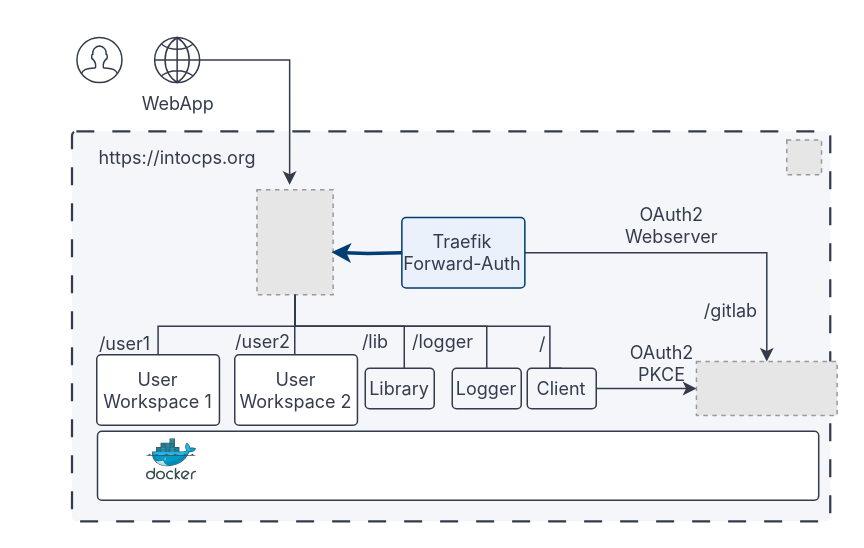
Earlier version of the draw.io diagram page "admin/dtaas/secure-server-gitlab/server.png" (14 of 36) of docs/assets/diagrams/dtaas-diagrams.drawio (INTO-CPS-Association/DTaaS). Source tidied: cells renumbered, new cells numbered last; positions are measured from the earlier drawing's top-left corner, leaving out a move shared by most shapes. Both pictures are drawn from the tidied source at 150%, with x=0, y=0 at pixel (69, 26). Pictures stored in the file or linked from it are replaced by grey dashed boxes.
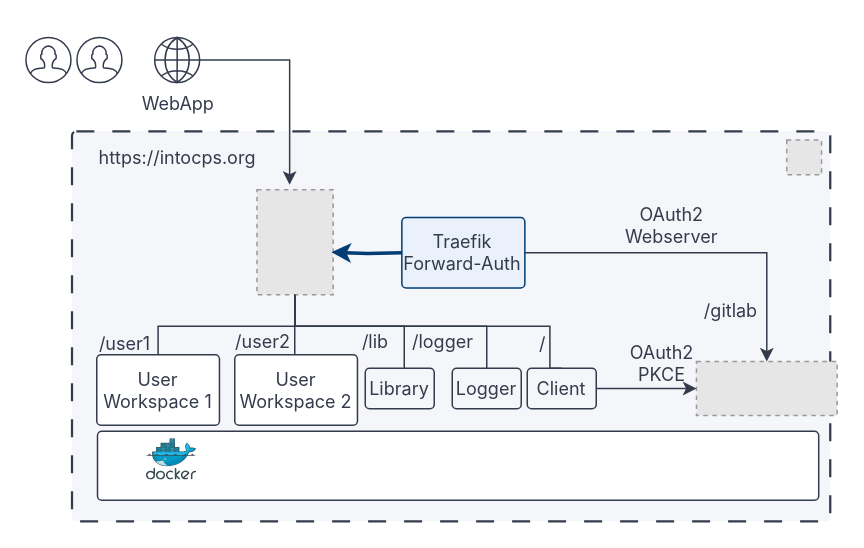
After the change.

The change refers to these unchanged cells:
```xml
<mxCell id="2" style="group;" parent="1" vertex="1">
  <mxGeometry x="-0.2" width="507.2" height="330" as="geometry" />
</mxCell>
```

Change to the diagram source:
```diff
@@
     <mxCell id="9" style="html=1;shape=mxgraph.ios7.icons.user;verticalLabelPosition=bottom;verticalAlign=top;align=center;dashed=0;shadow=0;strokeColor=#333b4c;strokeWidth=1;" parent="2" vertex="1">
-      <mxGeometry x="5" y="7.5" width="30" height="30" as="geometry" />
+      <mxGeometry x="-29" y="7.5" width="30" height="30" as="geometry" />
     </mxCell>
+    <mxCell id="35" style="html=1;shape=mxgraph.ios7.icons.user;verticalLabelPosition=bottom;verticalAlign=top;align=center;dashed=0;shadow=0;strokeColor=#333b4c;strokeWidth=1;" parent="2" vertex="1">
+      <mxGeometry x="5" y="7.5" width="30" height="30" as="geometry" />
+    </mxCell>
```
